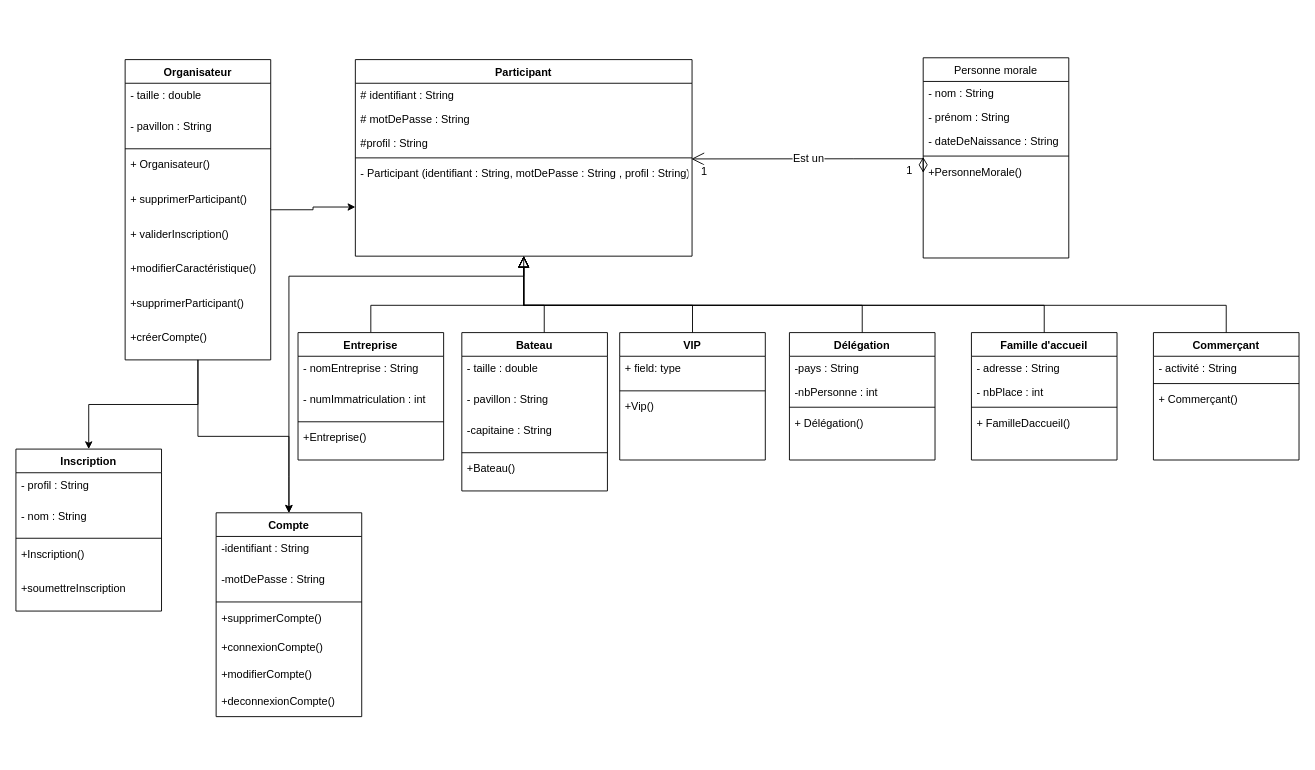
Above: DiagrammeDeClasseThibault.drawio in JeanLannes/Projet-De-Logiciel (draw.io), before the change. Source tidied: cells renumbered, new cells numbered last; positions are measured from the earlier drawing's top-left corner, leaving out a move shared by most shapes. Both pictures are drawn from the tidied source at 91%, with x=0, y=0 at pixel (15, 57).
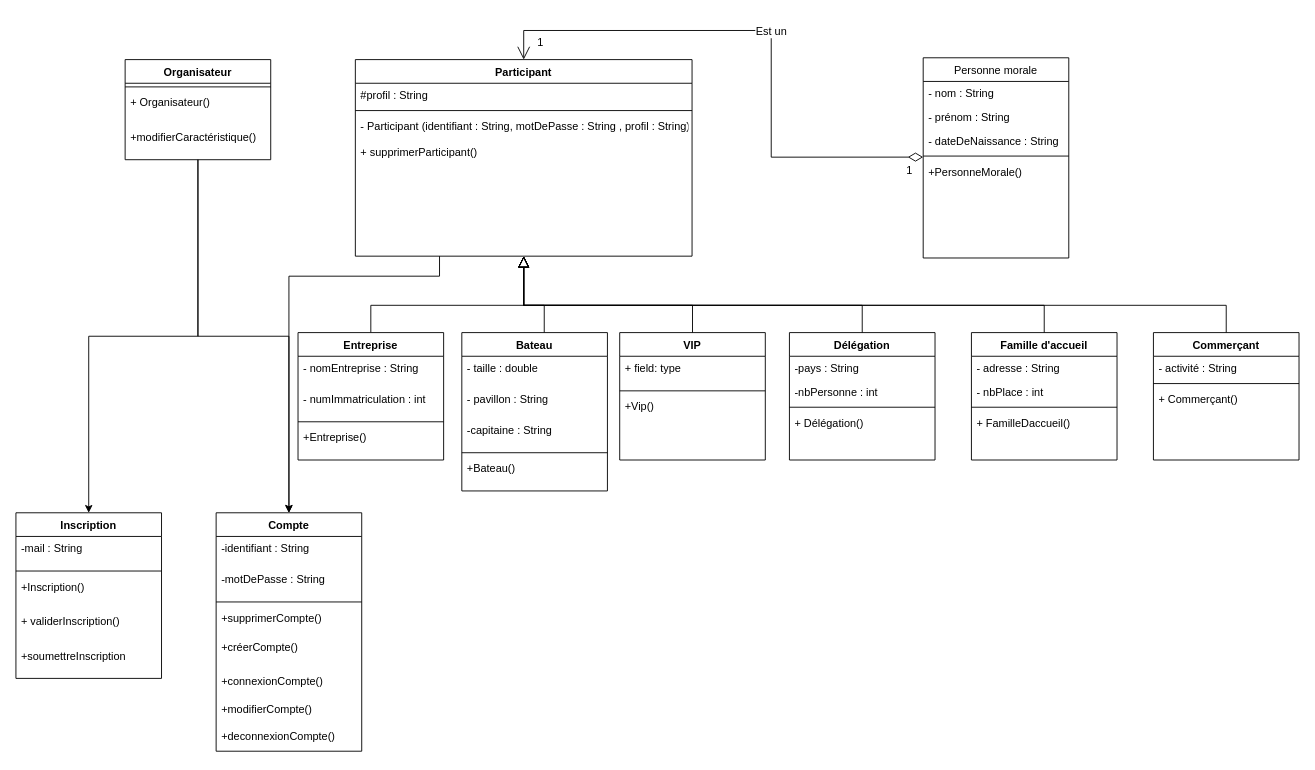
The same page after the edit.

The change refers to these unchanged cells:
```xml
<mxCell id="3" value="Participant" style="swimlane;fontStyle=1;align=center;verticalAlign=top;horizontal=1;startSize=26;rounded=0;shadow=0;strokeWidth=1;" parent="1" vertex="1">
  <mxGeometry x="373" y="2" width="370" height="216" as="geometry" />
</mxCell>
<mxCell id="15" style="line;html=1;strokeWidth=1;align=left;verticalAlign=middle;spacingTop=-1;spacingLeft=3;spacingRight=3;labelPosition=right;points=[];portConstraint=eastwest;" parent="11" vertex="1">
  <mxGeometry y="104" width="160" height="8" as="geometry" />
</mxCell>
```

What changed in the source:
```diff
@@
-    <mxCell id="2" style="edgeStyle=orthogonalEdgeStyle;rounded=0;jettySize=auto;html=1;entryX=0.5;entryY=0;entryDx=0;entryDy=0;fontFamily=Helvetica;fontSize=12;fontColor=default;" parent="1" edge="1" source="3" target="72">
+    <mxCell id="2" style="edgeStyle=orthogonalEdgeStyle;rounded=0;jettySize=auto;html=1;entryX=0.5;entryY=0;entryDx=0;entryDy=0;fontFamily=Helvetica;fontSize=12;fontColor=default;exitX=0.25;exitY=1;exitDx=0;exitDy=0;" parent="1" edge="1" source="3" target="72">
       <mxGeometry relative="1" as="geometry">
         <Array as="points">
-          <mxPoint x="558" y="240" />
+          <mxPoint x="466" y="240" />
           <mxPoint x="300" y="240" />
-          <mxPoint x="300" y="460" />
         </Array>
       </mxGeometry>
     </mxCell>
@@
-    <mxCell id="4" value="# identifiant : String" style="text;align=left;verticalAlign=top;spacingLeft=4;spacingRight=4;overflow=hidden;glass=0;shadow=0;sketch=0;" parent="3" vertex="1">
-      <mxGeometry y="26" width="370" height="26" as="geometry" />
-    </mxCell>
-    <mxCell id="5" value="# motDePasse : String" style="text;align=left;verticalAlign=top;spacingLeft=4;spacingRight=4;overflow=hidden;rounded=0;shadow=0;html=0;" parent="3" vertex="1">
-      <mxGeometry y="52" width="370" height="26" as="geometry" />
-    </mxCell>
     <mxCell id="6" value="#profil : String" style="text;align=left;verticalAlign=top;spacingLeft=4;spacingRight=4;overflow=hidden;rounded=0;shadow=0;html=0;" parent="3" vertex="1">
-      <mxGeometry y="78" width="370" height="26" as="geometry" />
+      <mxGeometry y="26" width="370" height="26" as="geometry" />
     </mxCell>
     <mxCell id="7" style="line;html=1;strokeWidth=1;align=left;verticalAlign=middle;spacingTop=-1;spacingLeft=3;spacingRight=3;labelPosition=right;points=[];portConstraint=eastwest;" parent="3" vertex="1">
-      <mxGeometry y="104" width="370" height="8" as="geometry" />
+      <mxGeometry y="52" width="370" height="8" as="geometry" />
     </mxCell>
     <mxCell id="8" value="- Participant (identifiant : String, motDePasse : String , profil : String)" style="text;align=left;verticalAlign=top;spacingLeft=4;spacingRight=4;overflow=hidden;labelBackgroundColor=#FFFFFF;" parent="3" vertex="1">
-      <mxGeometry y="112" width="370" height="28" as="geometry" />
+      <mxGeometry y="60" width="370" height="28" as="geometry" />
     </mxCell>
+    <mxCell id="61" value="+ supprimerParticipant()" style="text;strokeColor=none;fillColor=none;align=left;verticalAlign=top;spacingLeft=4;spacingRight=4;overflow=hidden;" parent="3" vertex="1">
+      <mxGeometry y="88" width="370" height="38" as="geometry" />
+    </mxCell>
@@
-    <mxCell id="50" value="Est un" style="endArrow=open;html=1;endSize=12;startArrow=diamondThin;startSize=14;startFill=0;edgeStyle=orthogonalEdgeStyle;rounded=0;fontFamily=Helvetica;fontSize=12;fontColor=default;entryX=0.998;entryY=0.644;entryDx=0;entryDy=0;entryPerimeter=0;exitX=0;exitY=0.644;exitDx=0;exitDy=0;exitPerimeter=0;" parent="1" edge="1" source="15" target="7">
+    <mxCell id="50" value="Est un" style="endArrow=open;html=1;endSize=12;startArrow=diamondThin;startSize=14;startFill=0;edgeStyle=orthogonalEdgeStyle;rounded=0;fontFamily=Helvetica;fontSize=12;fontColor=default;exitX=0;exitY=0.644;exitDx=0;exitDy=0;exitPerimeter=0;entryX=0.5;entryY=0;entryDx=0;entryDy=0;" parent="1" edge="1" source="15" target="3">
       <mxGeometry relative="1" as="geometry">
         <Array as="points">
-          <mxPoint x="920" y="111" />
-          <mxPoint x="829" y="112" />
+          <mxPoint x="830" y="109" />
+          <mxPoint x="830" y="-30" />
+          <mxPoint x="558" y="-30" />
         </Array>
       </mxGeometry>
     </mxCell>
@@
     <mxCell id="52" value="1" style="edgeLabel;html=1;align=right;verticalAlign=top;labelBackgroundColor=#FFFFFF;comic=0;fontFamily=Helvetica;fontSize=12;fontColor=default;fillColor=none;gradientColor=none;" parent="50" vertex="1">
       <mxGeometry x="1" relative="1" as="geometry">
-        <mxPoint x="18" as="offset" />
+        <mxPoint x="22" y="-32" as="offset" />
       </mxGeometry>
     </mxCell>
-    <mxCell id="53" style="edgeStyle=orthogonalEdgeStyle;rounded=0;jettySize=auto;html=1;entryX=0;entryY=0.75;entryDx=0;entryDy=0;fontFamily=Helvetica;fontSize=12;fontColor=default;" parent="1" edge="1" source="56" target="3">
-      <mxGeometry relative="1" as="geometry" />
-    </mxCell>
@@
     <mxCell id="56" value="Organisateur" style="swimlane;fontStyle=1;align=center;verticalAlign=top;horizontal=1;startSize=26;" parent="1" vertex="1">
-      <mxGeometry x="120" y="2" width="160" height="330" as="geometry" />
+      <mxGeometry x="120" y="2" width="160" height="110" as="geometry" />
     </mxCell>
-    <mxCell id="57" value="- taille : double" style="text;strokeColor=none;fillColor=none;align=left;verticalAlign=top;spacingLeft=4;spacingRight=4;overflow=hidden;horizontal=1;enumerate=0;comic=0;html=1;perimeter=rectanglePerimeter;" parent="56" vertex="1">
-      <mxGeometry y="26" width="160" height="34" as="geometry" />
-    </mxCell>
-    <mxCell id="58" value="- pavillon : String" style="text;strokeColor=none;fillColor=none;align=left;verticalAlign=top;spacingLeft=4;spacingRight=4;overflow=hidden;horizontal=1;enumerate=0;comic=0;html=1;perimeter=rectanglePerimeter;" parent="56" vertex="1">
-      <mxGeometry y="60" width="160" height="34" as="geometry" />
-    </mxCell>
     <mxCell id="59" style="line;strokeWidth=1;fillColor=none;align=left;verticalAlign=middle;spacingTop=-1;spacingLeft=3;spacingRight=3;labelPosition=right;" parent="56" vertex="1">
-      <mxGeometry y="94" width="160" height="8" as="geometry" />
+      <mxGeometry y="26" width="160" height="8" as="geometry" />
     </mxCell>
     <mxCell id="60" value="+ Organisateur()" style="text;strokeColor=none;fillColor=none;align=left;verticalAlign=top;spacingLeft=4;spacingRight=4;overflow=hidden;" parent="56" vertex="1">
-      <mxGeometry y="102" width="160" height="38" as="geometry" />
+      <mxGeometry y="34" width="160" height="38" as="geometry" />
     </mxCell>
-    <mxCell id="61" value="+ supprimerParticipant()" style="text;strokeColor=none;fillColor=none;align=left;verticalAlign=top;spacingLeft=4;spacingRight=4;overflow=hidden;" parent="56" vertex="1">
-      <mxGeometry y="140" width="160" height="38" as="geometry" />
-    </mxCell>
-    <mxCell id="62" value="+ validerInscription()" style="text;strokeColor=none;fillColor=none;align=left;verticalAlign=top;spacingLeft=4;spacingRight=4;overflow=hidden;" parent="56" vertex="1">
-      <mxGeometry y="178" width="160" height="38" as="geometry" />
-    </mxCell>
     <mxCell id="63" value="+modifierCaractéristique()" style="text;strokeColor=none;fillColor=none;align=left;verticalAlign=top;spacingLeft=4;spacingRight=4;overflow=hidden;" parent="56" vertex="1">
-      <mxGeometry y="216" width="160" height="38" as="geometry" />
+      <mxGeometry y="72" width="160" height="38" as="geometry" />
     </mxCell>
-    <mxCell id="64" value="+supprimerParticipant()" style="text;strokeColor=none;fillColor=none;align=left;verticalAlign=top;spacingLeft=4;spacingRight=4;overflow=hidden;" parent="56" vertex="1">
-      <mxGeometry y="254" width="160" height="38" as="geometry" />
-    </mxCell>
-    <mxCell id="65" value="+créerCompte()" style="text;strokeColor=none;fillColor=none;align=left;verticalAlign=top;spacingLeft=4;spacingRight=4;overflow=hidden;" parent="56" vertex="1">
-      <mxGeometry y="292" width="160" height="38" as="geometry" />
-    </mxCell>
     <mxCell id="66" value="Inscription" style="swimlane;fontStyle=1;align=center;verticalAlign=top;horizontal=1;startSize=26;" parent="1" vertex="1">
-      <mxGeometry y="430" width="160" height="178" as="geometry" />
+      <mxGeometry y="500" width="160" height="182" as="geometry" />
     </mxCell>
-    <mxCell id="67" value="- profil : String" style="text;strokeColor=none;fillColor=none;align=left;verticalAlign=top;spacingLeft=4;spacingRight=4;overflow=hidden;horizontal=1;enumerate=0;comic=0;html=1;perimeter=rectanglePerimeter;" parent="66" vertex="1">
-      <mxGeometry y="26" width="160" height="34" as="geometry" />
-    </mxCell>
-    <mxCell id="68" value="- nom : String" style="text;strokeColor=none;fillColor=none;align=left;verticalAlign=top;spacingLeft=4;spacingRight=4;overflow=hidden;horizontal=1;enumerate=0;comic=0;html=1;perimeter=rectanglePerimeter;" parent="66" vertex="1">
-      <mxGeometry y="60" width="160" height="34" as="geometry" />
+    <mxCell id="68" value="-mail : String" style="text;strokeColor=none;fillColor=none;align=left;verticalAlign=top;spacingLeft=4;spacingRight=4;overflow=hidden;horizontal=1;enumerate=0;comic=0;html=1;perimeter=rectanglePerimeter;" parent="66" vertex="1">
+      <mxGeometry y="26" width="160" height="34" as="geometry" />
     </mxCell>
     <mxCell id="69" style="line;strokeWidth=1;fillColor=none;align=left;verticalAlign=middle;spacingTop=-1;spacingLeft=3;spacingRight=3;labelPosition=right;" parent="66" vertex="1">
-      <mxGeometry y="94" width="160" height="8" as="geometry" />
+      <mxGeometry y="60" width="160" height="8" as="geometry" />
     </mxCell>
     <mxCell id="70" value="+Inscription()" style="text;strokeColor=none;fillColor=none;align=left;verticalAlign=top;spacingLeft=4;spacingRight=4;overflow=hidden;" parent="66" vertex="1">
-      <mxGeometry y="102" width="160" height="38" as="geometry" />
+      <mxGeometry y="68" width="160" height="38" as="geometry" />
     </mxCell>
+    <mxCell id="62" value="+ validerInscription()" style="text;strokeColor=none;fillColor=none;align=left;verticalAlign=top;spacingLeft=4;spacingRight=4;overflow=hidden;" parent="66" vertex="1">
+      <mxGeometry y="106" width="160" height="38" as="geometry" />
+    </mxCell>
     <mxCell id="71" value="+soumettreInscription" style="text;strokeColor=none;fillColor=none;align=left;verticalAlign=top;spacingLeft=4;spacingRight=4;overflow=hidden;" parent="66" vertex="1">
-      <mxGeometry y="140" width="160" height="38" as="geometry" />
+      <mxGeometry y="144" width="160" height="38" as="geometry" />
     </mxCell>
     <mxCell id="72" value="Compte" style="swimlane;fontStyle=1;align=center;verticalAlign=top;horizontal=1;startSize=26;" parent="1" vertex="1">
-      <mxGeometry x="220" y="500" width="160" height="224" as="geometry" />
+      <mxGeometry x="220" y="500" width="160" height="262" as="geometry" />
     </mxCell>
@@
+    <mxCell id="65" value="+créerCompte()" style="text;strokeColor=none;fillColor=none;align=left;verticalAlign=top;spacingLeft=4;spacingRight=4;overflow=hidden;" parent="72" vertex="1">
+      <mxGeometry y="134" width="160" height="38" as="geometry" />
+    </mxCell>
     <mxCell id="77" value="+connexionCompte()" style="text;strokeColor=none;fillColor=none;align=left;verticalAlign=top;spacingLeft=4;spacingRight=4;overflow=hidden;" parent="72" vertex="1">
-      <mxGeometry y="134" width="160" height="30" as="geometry" />
+      <mxGeometry y="172" width="160" height="30" as="geometry" />
     </mxCell>
     <mxCell id="78" value="+modifierCompte()" style="text;strokeColor=none;fillColor=none;align=left;verticalAlign=top;spacingLeft=4;spacingRight=4;overflow=hidden;" parent="72" vertex="1">
-      <mxGeometry y="164" width="160" height="30" as="geometry" />
+      <mxGeometry y="202" width="160" height="30" as="geometry" />
     </mxCell>
     <mxCell id="79" value="+deconnexionCompte()" style="text;strokeColor=none;fillColor=none;align=left;verticalAlign=top;spacingLeft=4;spacingRight=4;overflow=hidden;" parent="72" vertex="1">
-      <mxGeometry y="194" width="160" height="30" as="geometry" />
+      <mxGeometry y="232" width="160" height="30" as="geometry" />
     </mxCell>
```
